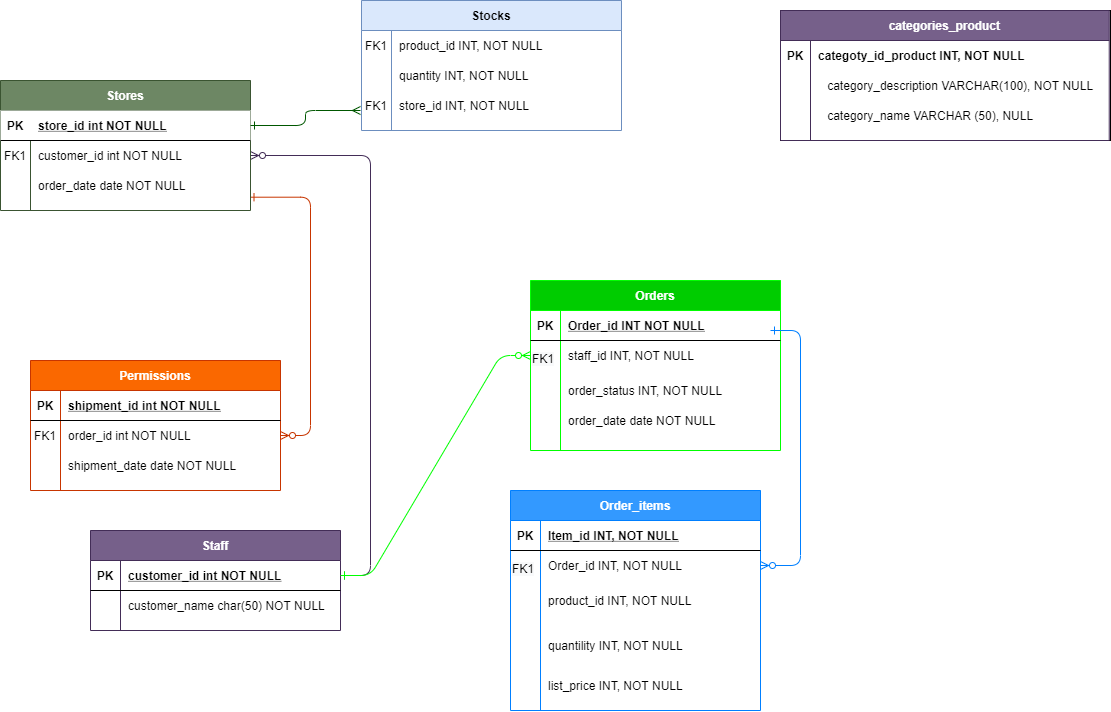
RestaSoft/ERM-RestaSoft keeps this draw.io diagram as RestaSoft Diagram.png. Above is the earlier version. Source tidied: cells renumbered, new cells last; positions are measured from the earlier drawing's top-left corner, leaving out a move shared by most shapes.
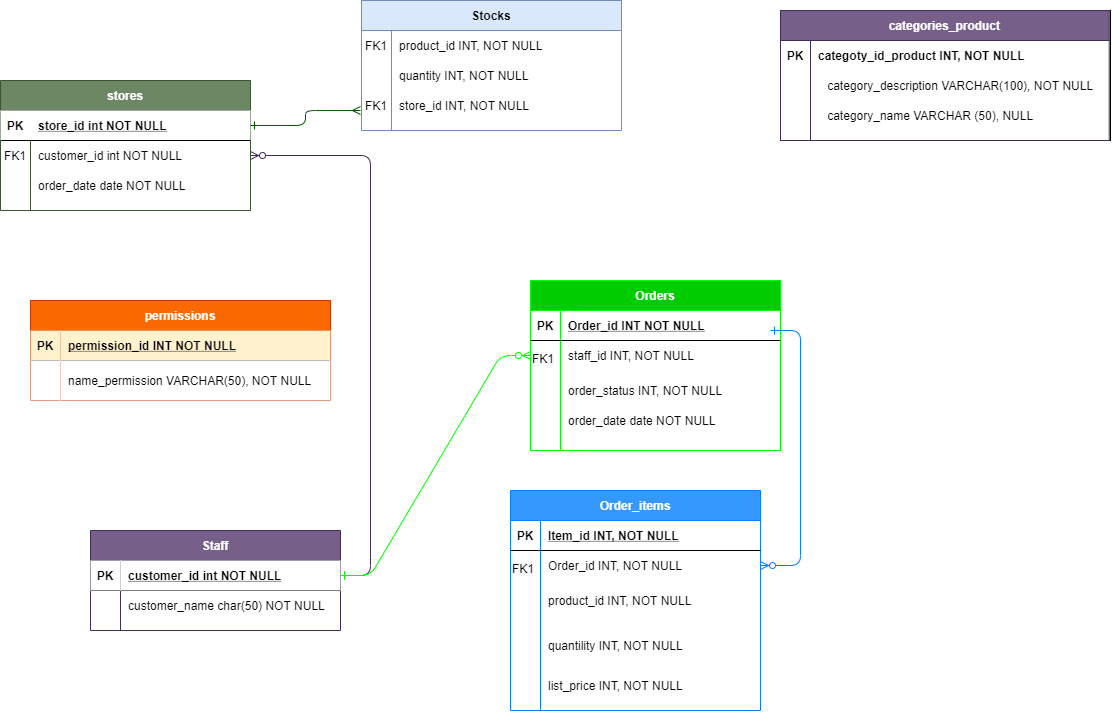
The same diagram one commit later.

Commit message:
table permisisons

What changed in the source:
```diff
@@ -5,10 +5,7 @@
     <mxCell id="2" style="edgeStyle=entityRelationEdgeStyle;endArrow=ERzeroToMany;startArrow=ERone;endFill=1;startFill=0;fillColor=#76608a;strokeColor=#432D57;" parent="1" edge="1" source="25" target="8">
       <mxGeometry relative="1" as="geometry" />
     </mxCell>
-    <mxCell id="3" style="edgeStyle=entityRelationEdgeStyle;endArrow=ERzeroToMany;startArrow=ERone;endFill=1;startFill=0;fillColor=#fa6800;strokeColor=#C73500;exitX=0.998;exitY=0.89;exitDx=0;exitDy=0;exitPerimeter=0;" parent="1" edge="1" source="11" target="18">
-      <mxGeometry relative="1" as="geometry" />
-    </mxCell>
-    <mxCell id="4" value="Stores" style="shape=table;startSize=30;rowLines=0;fontStyle=1;align=center;fillColor=#6d8764;strokeColor=#3A5431;fontColor=#ffffff;" parent="1" vertex="1">
+    <mxCell id="4" value="stores" style="shape=table;startSize=30;rowLines=0;fontStyle=1;align=center;fillColor=#6d8764;strokeColor=#3A5431;fontColor=#ffffff;" parent="1" vertex="1">
       <mxGeometry y="80" width="250" height="130" as="geometry" />
     </mxCell>
     <mxCell id="5" style="shape=partialRectangle;points=[[0,0.5],[1,0.5]];portConstraint=eastwest;top=0;left=0;right=0;bottom=1;" parent="4" vertex="1">
@@ -38,46 +35,37 @@
     <mxCell id="13" value="order_date date NOT NULL" style="shape=partialRectangle;overflow=hidden;fillColor=none;top=0;left=0;bottom=0;right=0;align=left;spacingLeft=6;" parent="11" vertex="1">
       <mxGeometry x="30" width="220" height="30" as="geometry" />
     </mxCell>
-    <mxCell id="14" value="Permissions" style="shape=table;startSize=30;rowLines=0;fontStyle=1;align=center;fillColor=#fa6800;strokeColor=#C73500;fontColor=#ffffff;" parent="1" vertex="1">
-      <mxGeometry x="30" y="360" width="250" height="130" as="geometry" />
+    <mxCell id="14" value="permissions" style="shape=table;startSize=30;rowLines=0;fontStyle=1;align=center;fillColor=#fa6800;strokeColor=#C73500;fontColor=#ffffff;" parent="1" vertex="1">
+      <mxGeometry x="30" y="300" width="300" height="100" as="geometry" />
     </mxCell>
     <mxCell id="15" style="shape=partialRectangle;fillColor=none;top=0;left=0;right=0;bottom=1;" parent="14" vertex="1">
-      <mxGeometry y="30" width="250" height="30" as="geometry" />
+      <mxGeometry y="30" width="300" height="30" as="geometry" />
     </mxCell>
-    <mxCell id="16" value="PK" style="shape=partialRectangle;overflow=hidden;fillColor=none;top=0;left=0;bottom=0;right=0;fontStyle=1;" parent="15" vertex="1">
+    <mxCell id="16" value="PK" style="shape=partialRectangle;overflow=hidden;fillColor=#fff2cc;top=0;left=0;bottom=0;right=0;fontStyle=1;strokeColor=#d6b656;" parent="15" vertex="1">
       <mxGeometry width="30" height="30" as="geometry" />
     </mxCell>
-    <mxCell id="17" value="shipment_id int NOT NULL " style="shape=partialRectangle;overflow=hidden;fillColor=none;top=0;left=0;bottom=0;right=0;align=left;spacingLeft=6;fontStyle=5;" parent="15" vertex="1">
-      <mxGeometry x="30" width="220" height="30" as="geometry" />
+    <mxCell id="17" value="permission_id INT NOT NULL" style="shape=partialRectangle;overflow=hidden;fillColor=#fff2cc;top=0;left=0;bottom=0;right=0;align=left;spacingLeft=6;fontStyle=5;strokeColor=#d6b656;" parent="15" vertex="1">
+      <mxGeometry x="30" width="270" height="30" as="geometry" />
     </mxCell>
     <mxCell id="18" style="shape=partialRectangle;fillColor=none;points=[[0,0.5],[1,0.5]];portConstraint=eastwest;top=0;left=0;right=0;bottom=0;" parent="14" vertex="1">
-      <mxGeometry y="60" width="250" height="30" as="geometry" />
+      <mxGeometry y="60" width="300" height="40" as="geometry" />
     </mxCell>
-    <mxCell id="19" value="FK1" style="shape=partialRectangle;overflow=hidden;fillColor=none;top=0;left=0;bottom=0;right=0;" parent="18" vertex="1">
-      <mxGeometry width="30" height="30" as="geometry" />
+    <mxCell id="19" style="shape=partialRectangle;overflow=hidden;top=0;left=0;bottom=0;right=0;" parent="18" vertex="1">
+      <mxGeometry width="30" height="40" as="geometry" />
     </mxCell>
-    <mxCell id="20" value="order_id int NOT NULL" style="shape=partialRectangle;overflow=hidden;fillColor=none;top=0;left=0;bottom=0;right=0;align=left;spacingLeft=6;" parent="18" vertex="1">
-      <mxGeometry x="30" width="220" height="30" as="geometry" />
+    <mxCell id="20" value="name_permission VARCHAR(50), NOT NULL" style="shape=partialRectangle;overflow=hidden;top=0;left=0;bottom=0;right=0;align=left;spacingLeft=6;" parent="18" vertex="1">
+      <mxGeometry x="30" width="270" height="40" as="geometry" />
     </mxCell>
-    <mxCell id="21" style="shape=partialRectangle;fillColor=none;top=0;left=0;right=0;bottom=0;" parent="14" vertex="1">
-      <mxGeometry y="90" width="250" height="30" as="geometry" />
-    </mxCell>
-    <mxCell id="22" style="shape=partialRectangle;overflow=hidden;fillColor=none;top=0;left=0;bottom=0;right=0;" parent="21" vertex="1">
-      <mxGeometry width="30" height="30" as="geometry" />
-    </mxCell>
-    <mxCell id="23" value="shipment_date date NOT NULL" style="shape=partialRectangle;overflow=hidden;fillColor=none;top=0;left=0;bottom=0;right=0;align=left;spacingLeft=6;" parent="21" vertex="1">
-      <mxGeometry x="30" width="220" height="30" as="geometry" />
-    </mxCell>
     <mxCell id="24" value="Staff" style="shape=table;startSize=30;rowLines=0;fontStyle=1;align=center;fillColor=#76608a;strokeColor=#432D57;fontColor=#ffffff;" parent="1" vertex="1">
       <mxGeometry x="90" y="530" width="250" height="100" as="geometry" />
     </mxCell>
     <mxCell id="25" style="shape=partialRectangle;fillColor=none;points=[[0,0.5],[1,0.5]];portConstraint=eastwest;top=0;left=0;right=0;bottom=1;" parent="24" vertex="1">
       <mxGeometry y="30" width="250" height="30" as="geometry" />
     </mxCell>
-    <mxCell id="26" value="PK" style="shape=partialRectangle;overflow=hidden;fillColor=none;top=0;left=0;bottom=0;right=0;fontStyle=1;" parent="25" vertex="1">
+    <mxCell id="26" value="PK" style="shape=partialRectangle;overflow=hidden;top=0;left=0;bottom=0;right=0;fontStyle=1;" parent="25" vertex="1">
       <mxGeometry width="30" height="30" as="geometry" />
     </mxCell>
-    <mxCell id="27" value="customer_id int NOT NULL " style="shape=partialRectangle;overflow=hidden;fillColor=none;top=0;left=0;bottom=0;right=0;align=left;spacingLeft=6;fontStyle=5;" parent="25" vertex="1">
+    <mxCell id="27" value="customer_id int NOT NULL " style="shape=partialRectangle;overflow=hidden;top=0;left=0;bottom=0;right=0;align=left;spacingLeft=6;fontStyle=5;" parent="25" vertex="1">
       <mxGeometry x="30" width="220" height="30" as="geometry" />
     </mxCell>
     <mxCell id="28" style="shape=partialRectangle;fillColor=none;top=0;left=0;right=0;bottom=0;" parent="24" vertex="1">
```
